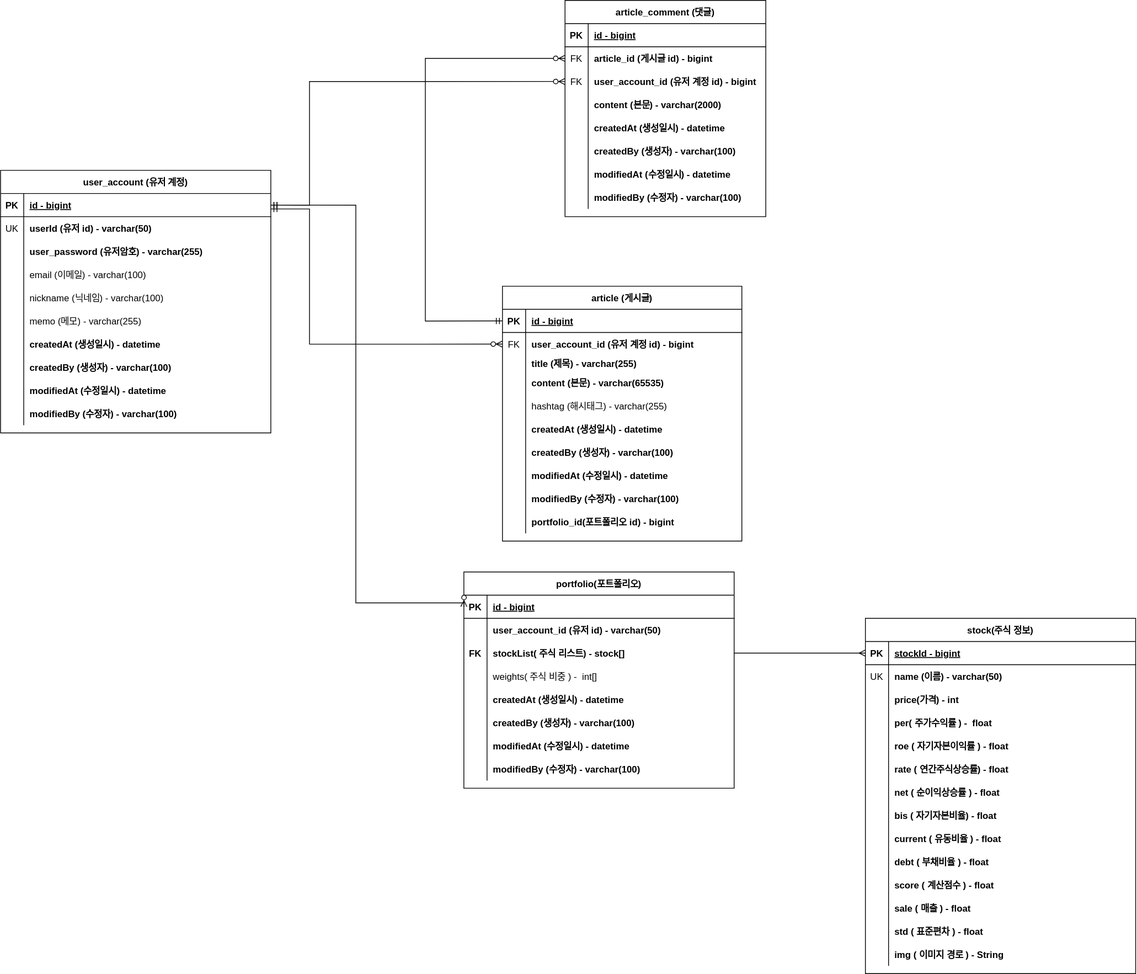
Above: document/jupoza-erd.svg in TeamJupoza/Jupoza (draw.io), before the change. Source tidied: cells renumbered, new cells last; positions are measured from the earlier drawing's top-left corner, leaving out a move shared by most shapes.
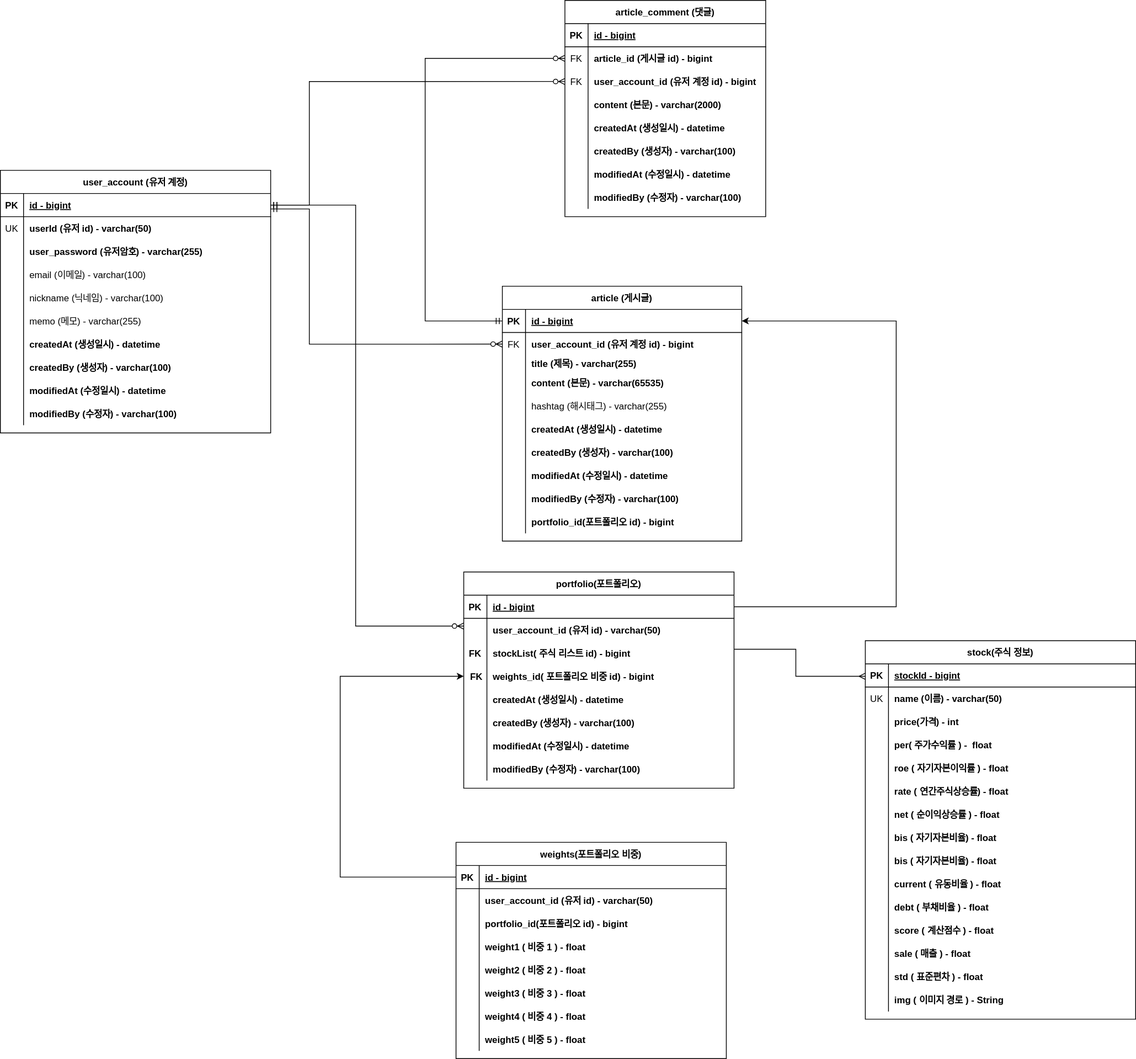
Above is the later version.

The edit, as a diff of the source:
```diff
@@ -307,18 +307,18 @@
     <mxCell id="99" value="FK" style="shape=partialRectangle;fillColor=none;top=0;left=0;bottom=0;right=0;overflow=hidden;fontStyle=1;" parent="98" vertex="1">
       <mxGeometry width="30" height="30" as="geometry" />
     </mxCell>
-    <mxCell id="100" value="stockList( 주식 리스트) - stock[]" style="shape=partialRectangle;fillColor=none;top=0;left=0;bottom=0;right=0;align=left;spacingLeft=6;overflow=hidden;fontStyle=1;" parent="98" vertex="1">
+    <mxCell id="100" value="stockList( 주식 리스트 id) - bigint" style="shape=partialRectangle;fillColor=none;top=0;left=0;bottom=0;right=0;align=left;spacingLeft=6;overflow=hidden;fontStyle=1;" parent="98" vertex="1">
       <mxGeometry x="30" width="320" height="30" as="geometry" />
     </mxCell>
-    <mxCell id="101" style="shape=tableRow;horizontal=0;startSize=0;swimlaneHead=0;swimlaneBody=0;fillColor=none;top=0;left=0;right=0;bottom=0;fontStyle=1;" parent="91" vertex="1">
-      <mxGeometry y="120" width="350" height="30" as="geometry" />
-    </mxCell>
-    <mxCell id="102" style="shape=partialRectangle;fillColor=none;top=0;left=0;bottom=0;right=0;overflow=hidden;" parent="101" vertex="1">
-      <mxGeometry width="30" height="30" as="geometry" />
-    </mxCell>
-    <mxCell id="103" value="weights( 주식 비중 ) -  int[] " style="shape=partialRectangle;fillColor=none;top=0;left=0;bottom=0;right=0;align=left;spacingLeft=6;overflow=hidden;" parent="101" vertex="1">
-      <mxGeometry x="30" width="320" height="30" as="geometry" />
-    </mxCell>
+    <mxCell id="162" style="shape=tableRow;horizontal=0;startSize=0;swimlaneHead=0;swimlaneBody=0;fillColor=none;points=[[0,0.5],[1,0.5]];portConstraint=eastwest;top=0;left=0;right=0;bottom=0;" parent="91" vertex="1">
+      <mxGeometry y="120" width="350" height="30" as="geometry" />
+    </mxCell>
+    <mxCell id="163" value="  FK " style="shape=partialRectangle;fillColor=none;top=0;left=0;bottom=0;right=0;overflow=hidden;fontStyle=1;" parent="162" vertex="1">
+      <mxGeometry width="30" height="30" as="geometry" />
+    </mxCell>
+    <mxCell id="164" value="weights_id( 포트폴리오 비중 id) - bigint" style="shape=partialRectangle;fillColor=none;top=0;left=0;bottom=0;right=0;align=left;spacingLeft=6;overflow=hidden;fontStyle=1;" parent="162" vertex="1">
+      <mxGeometry x="30" width="320" height="30" as="geometry" />
+    </mxCell>
     <mxCell id="104" style="shape=tableRow;horizontal=0;startSize=0;swimlaneHead=0;swimlaneBody=0;fillColor=none;top=0;left=0;right=0;bottom=0;" parent="91" vertex="1">
       <mxGeometry y="150" width="350" height="30" as="geometry" />
     </mxCell>
@@ -363,17 +363,18 @@
         </Array>
       </mxGeometry>
     </mxCell>
-    <mxCell id="117" style="edgeStyle=orthogonalEdgeStyle;fontSize=12;html=1;endArrow=ERzeroToMany;startArrow=ERmandOne;rounded=0;elbow=vertical;entryX=0;entryY=0.5;entryDx=0;entryDy=0;exitX=1;exitY=0.5;exitDx=0;exitDy=0;" parent="1" edge="1" source="59" target="92">
+    <mxCell id="117" style="edgeStyle=orthogonalEdgeStyle;fontSize=12;html=1;endArrow=ERzeroToMany;startArrow=ERmandOne;rounded=0;elbow=vertical;exitX=1;exitY=0.5;exitDx=0;exitDy=0;" parent="1" edge="1" source="59">
       <mxGeometry relative="1" as="geometry">
+        <mxPoint x="600" y="810" as="targetPoint" />
         <Array as="points">
           <mxPoint x="460" y="265" />
-          <mxPoint x="460" y="780" />
-          <mxPoint x="600" y="780" />
+          <mxPoint x="460" y="810" />
+          <mxPoint x="600" y="810" />
         </Array>
       </mxGeometry>
     </mxCell>
     <mxCell id="118" value="stock(주식 정보)" style="shape=table;startSize=30;rowLines=0;fontStyle=1;align=center;" parent="1" vertex="1">
-      <mxGeometry x="1120" y="800" width="350" height="460" as="geometry" />
+      <mxGeometry x="1120" y="829" width="350" height="490" as="geometry" />
     </mxCell>
     <mxCell id="119" style="shape=tableRow;horizontal=0;startSize=0;swimlaneHead=0;swimlaneBody=0;fillColor=none;points=[[0,0.5],[1,0.5]];portConstraint=eastwest;top=0;left=0;right=0;bottom=1;" parent="118" vertex="1">
       <mxGeometry y="30" width="350" height="30" as="geometry" />
@@ -438,8 +439,17 @@
     <mxCell id="139" value="net ( 순이익상승률 ) - float" style="shape=partialRectangle;fillColor=none;top=0;left=0;bottom=0;right=0;align=left;spacingLeft=6;overflow=hidden;fontStyle=1;" parent="137" vertex="1">
       <mxGeometry x="30" width="320" height="30" as="geometry" />
     </mxCell>
+    <mxCell id="165" style="shape=tableRow;horizontal=0;startSize=0;swimlaneHead=0;swimlaneBody=0;fillColor=none;top=0;left=0;right=0;bottom=0;" parent="118" vertex="1">
+      <mxGeometry y="240" width="350" height="30" as="geometry" />
+    </mxCell>
+    <mxCell id="166" style="shape=partialRectangle;fillColor=none;top=0;left=0;bottom=0;right=0;overflow=hidden;" parent="165" vertex="1">
+      <mxGeometry width="30" height="30" as="geometry" />
+    </mxCell>
+    <mxCell id="167" value="bis ( 자기자본비율) - float" style="shape=partialRectangle;fillColor=none;top=0;left=0;bottom=0;right=0;align=left;spacingLeft=6;overflow=hidden;fontStyle=1;" parent="165" vertex="1">
+      <mxGeometry x="30" width="320" height="30" as="geometry" />
+    </mxCell>
     <mxCell id="140" style="shape=tableRow;horizontal=0;startSize=0;swimlaneHead=0;swimlaneBody=0;fillColor=none;top=0;left=0;right=0;bottom=0;" parent="118" vertex="1">
-      <mxGeometry y="240" width="350" height="30" as="geometry" />
+      <mxGeometry y="270" width="350" height="30" as="geometry" />
     </mxCell>
     <mxCell id="141" style="shape=partialRectangle;fillColor=none;top=0;left=0;bottom=0;right=0;overflow=hidden;" parent="140" vertex="1">
       <mxGeometry width="30" height="30" as="geometry" />
@@ -448,7 +458,7 @@
       <mxGeometry x="30" width="320" height="30" as="geometry" />
     </mxCell>
     <mxCell id="143" style="shape=tableRow;horizontal=0;startSize=0;swimlaneHead=0;swimlaneBody=0;fillColor=none;top=0;left=0;right=0;bottom=0;" parent="118" vertex="1">
-      <mxGeometry y="270" width="350" height="30" as="geometry" />
+      <mxGeometry y="300" width="350" height="30" as="geometry" />
     </mxCell>
     <mxCell id="144" style="shape=partialRectangle;fillColor=none;top=0;left=0;bottom=0;right=0;overflow=hidden;" parent="143" vertex="1">
       <mxGeometry width="30" height="30" as="geometry" />
@@ -457,7 +467,7 @@
       <mxGeometry x="30" width="320" height="30" as="geometry" />
     </mxCell>
     <mxCell id="146" style="shape=tableRow;horizontal=0;startSize=0;swimlaneHead=0;swimlaneBody=0;fillColor=none;top=0;left=0;right=0;bottom=0;" parent="118" vertex="1">
-      <mxGeometry y="300" width="350" height="30" as="geometry" />
+      <mxGeometry y="330" width="350" height="30" as="geometry" />
     </mxCell>
     <mxCell id="147" style="shape=partialRectangle;fillColor=none;top=0;left=0;bottom=0;right=0;overflow=hidden;" parent="146" vertex="1">
       <mxGeometry width="30" height="30" as="geometry" />
@@ -466,7 +476,7 @@
       <mxGeometry x="30" width="320" height="30" as="geometry" />
     </mxCell>
     <mxCell id="149" style="shape=tableRow;horizontal=0;startSize=0;swimlaneHead=0;swimlaneBody=0;fillColor=none;top=0;left=0;right=0;bottom=0;" parent="118" vertex="1">
-      <mxGeometry y="330" width="350" height="30" as="geometry" />
+      <mxGeometry y="360" width="350" height="30" as="geometry" />
     </mxCell>
     <mxCell id="150" value="    " style="shape=partialRectangle;fillColor=none;top=0;left=0;bottom=0;right=0;overflow=hidden;" parent="149" vertex="1">
       <mxGeometry width="30" height="30" as="geometry" />
@@ -475,7 +485,7 @@
       <mxGeometry x="30" width="320" height="30" as="geometry" />
     </mxCell>
     <mxCell id="152" style="shape=tableRow;horizontal=0;startSize=0;swimlaneHead=0;swimlaneBody=0;fillColor=none;top=0;left=0;right=0;bottom=0;" parent="118" vertex="1">
-      <mxGeometry y="360" width="350" height="30" as="geometry" />
+      <mxGeometry y="390" width="350" height="30" as="geometry" />
     </mxCell>
     <mxCell id="153" value="    " style="shape=partialRectangle;fillColor=none;top=0;left=0;bottom=0;right=0;overflow=hidden;" parent="152" vertex="1">
       <mxGeometry width="30" height="30" as="geometry" />
@@ -484,7 +494,7 @@
       <mxGeometry x="30" width="320" height="30" as="geometry" />
     </mxCell>
     <mxCell id="155" style="shape=tableRow;horizontal=0;startSize=0;swimlaneHead=0;swimlaneBody=0;fillColor=none;top=0;left=0;right=0;bottom=0;" parent="118" vertex="1">
-      <mxGeometry y="390" width="350" height="30" as="geometry" />
+      <mxGeometry y="420" width="350" height="30" as="geometry" />
     </mxCell>
     <mxCell id="156" value="&#10;  " style="shape=partialRectangle;fillColor=none;top=0;left=0;bottom=0;right=0;overflow=hidden;" parent="155" vertex="1">
       <mxGeometry width="30" height="30" as="geometry" />
@@ -493,7 +503,7 @@
       <mxGeometry x="30" width="320" height="30" as="geometry" />
     </mxCell>
     <mxCell id="158" style="shape=tableRow;horizontal=0;startSize=0;swimlaneHead=0;swimlaneBody=0;fillColor=none;top=0;left=0;right=0;bottom=0;" parent="118" vertex="1">
-      <mxGeometry y="420" width="350" height="30" as="geometry" />
+      <mxGeometry y="450" width="350" height="30" as="geometry" />
     </mxCell>
     <mxCell id="159" value="&#10;  " style="shape=partialRectangle;fillColor=none;top=0;left=0;bottom=0;right=0;overflow=hidden;" parent="158" vertex="1">
       <mxGeometry width="30" height="30" as="geometry" />
@@ -501,8 +511,106 @@
     <mxCell id="160" value="img ( 이미지 경로 ) - String" style="shape=partialRectangle;fillColor=none;top=0;left=0;bottom=0;right=0;align=left;spacingLeft=6;overflow=hidden;fontStyle=1;" parent="158" vertex="1">
       <mxGeometry x="30" width="320" height="30" as="geometry" />
     </mxCell>
-    <mxCell id="161" style="edgeStyle=orthogonalEdgeStyle;rounded=0;jettySize=auto;html=1;entryX=1;entryY=0.5;entryDx=0;entryDy=0;strokeColor=default;startArrow=ERmany;startFill=0;endArrow=none;endFill=0;" parent="1" edge="1" source="119" target="98">
-      <mxGeometry relative="1" as="geometry" />
+    <mxCell id="161" style="edgeStyle=orthogonalEdgeStyle;rounded=0;jettySize=auto;html=1;strokeColor=default;startArrow=ERmany;startFill=0;endArrow=none;endFill=0;" parent="1" edge="1" source="119">
+      <mxGeometry relative="1" as="geometry">
+        <mxPoint x="950" y="840" as="targetPoint" />
+        <Array as="points">
+          <mxPoint x="1030" y="875" />
+          <mxPoint x="1030" y="840" />
+        </Array>
+      </mxGeometry>
     </mxCell>
+    <mxCell id="168" style="endArrow=classic;html=1;rounded=0;strokeColor=default;exitX=1;exitY=0.5;exitDx=0;exitDy=0;entryX=1;entryY=0.5;entryDx=0;entryDy=0;endFill=1;" parent="1" edge="1" source="92" target="3">
+      <mxGeometry relative="1" as="geometry">
+        <Array as="points">
+          <mxPoint x="1160" y="785" />
+          <mxPoint x="1160" y="600" />
+          <mxPoint x="1160" y="415" />
+        </Array>
+      </mxGeometry>
+    </mxCell>
+    <mxCell id="169" value="weights(포트폴리오 비중)" style="shape=table;startSize=30;rowLines=0;fontStyle=1;align=center;" parent="1" vertex="1">
+      <mxGeometry x="590" y="1090" width="350" height="280" as="geometry" />
+    </mxCell>
+    <mxCell id="170" style="shape=tableRow;horizontal=0;startSize=0;swimlaneHead=0;swimlaneBody=0;fillColor=none;points=[[0,0.5],[1,0.5]];portConstraint=eastwest;top=0;left=0;right=0;bottom=1;" parent="169" vertex="1">
+      <mxGeometry y="30" width="350" height="30" as="geometry" />
+    </mxCell>
+    <mxCell id="171" value="PK" style="shape=partialRectangle;fillColor=none;top=0;left=0;bottom=0;right=0;fontStyle=1;overflow=hidden;" parent="170" vertex="1">
+      <mxGeometry width="30" height="30" as="geometry" />
+    </mxCell>
+    <mxCell id="172" value="id - bigint" style="shape=partialRectangle;fillColor=none;top=0;left=0;bottom=0;right=0;align=left;spacingLeft=6;fontStyle=5;overflow=hidden;" parent="170" vertex="1">
+      <mxGeometry x="30" width="320" height="30" as="geometry" />
+    </mxCell>
+    <mxCell id="173" style="shape=tableRow;horizontal=0;startSize=0;swimlaneHead=0;swimlaneBody=0;fillColor=none;top=0;left=0;right=0;bottom=0;" parent="169" vertex="1">
+      <mxGeometry y="60" width="350" height="30" as="geometry" />
+    </mxCell>
+    <mxCell id="174" style="shape=partialRectangle;fillColor=none;top=0;left=0;bottom=0;right=0;overflow=hidden;" parent="173" vertex="1">
+      <mxGeometry width="30" height="30" as="geometry" />
+    </mxCell>
+    <mxCell id="175" value="user_account_id (유저 id) - varchar(50)" style="shape=partialRectangle;fillColor=none;top=0;left=0;bottom=0;right=0;align=left;spacingLeft=6;overflow=hidden;fontStyle=1;" parent="173" vertex="1">
+      <mxGeometry x="30" width="320" height="30" as="geometry" />
+    </mxCell>
+    <mxCell id="176" style="shape=tableRow;horizontal=0;startSize=0;swimlaneHead=0;swimlaneBody=0;fillColor=none;top=0;left=0;right=0;bottom=0;" parent="169" vertex="1">
+      <mxGeometry y="90" width="350" height="30" as="geometry" />
+    </mxCell>
+    <mxCell id="177" style="shape=partialRectangle;fillColor=none;top=0;left=0;bottom=0;right=0;overflow=hidden;" parent="176" vertex="1">
+      <mxGeometry width="30" height="30" as="geometry" />
+    </mxCell>
+    <mxCell id="178" value="portfolio_id(포트폴리오 id) - bigint" style="shape=partialRectangle;fillColor=none;top=0;left=0;bottom=0;right=0;align=left;spacingLeft=6;overflow=hidden;fontStyle=1;" parent="176" vertex="1">
+      <mxGeometry x="30" width="320" height="30" as="geometry" />
+    </mxCell>
+    <mxCell id="179" style="shape=tableRow;horizontal=0;startSize=0;swimlaneHead=0;swimlaneBody=0;fillColor=none;top=0;left=0;right=0;bottom=0;" parent="169" vertex="1">
+      <mxGeometry y="120" width="350" height="30" as="geometry" />
+    </mxCell>
+    <mxCell id="180" style="shape=partialRectangle;fillColor=none;top=0;left=0;bottom=0;right=0;overflow=hidden;fontStyle=1;" parent="179" vertex="1">
+      <mxGeometry width="30" height="30" as="geometry" />
+    </mxCell>
+    <mxCell id="181" value="weight1 ( 비중 1 ) - float" style="shape=partialRectangle;fillColor=none;top=0;left=0;bottom=0;right=0;align=left;spacingLeft=6;overflow=hidden;fontStyle=1;" parent="179" vertex="1">
+      <mxGeometry x="30" width="320" height="30" as="geometry" />
+    </mxCell>
+    <mxCell id="182" style="shape=tableRow;horizontal=0;startSize=0;swimlaneHead=0;swimlaneBody=0;fillColor=none;top=0;left=0;right=0;bottom=0;" parent="169" vertex="1">
+      <mxGeometry y="150" width="350" height="30" as="geometry" />
+    </mxCell>
+    <mxCell id="183" style="shape=partialRectangle;fillColor=none;top=0;left=0;bottom=0;right=0;overflow=hidden;" parent="182" vertex="1">
+      <mxGeometry width="30" height="30" as="geometry" />
+    </mxCell>
+    <mxCell id="184" value="weight2 ( 비중 2 ) - float" style="shape=partialRectangle;fillColor=none;top=0;left=0;bottom=0;right=0;align=left;spacingLeft=6;overflow=hidden;fontStyle=1;" parent="182" vertex="1">
+      <mxGeometry x="30" width="320" height="30" as="geometry" />
+    </mxCell>
+    <mxCell id="185" style="shape=tableRow;horizontal=0;startSize=0;swimlaneHead=0;swimlaneBody=0;fillColor=none;top=0;left=0;right=0;bottom=0;" parent="169" vertex="1">
+      <mxGeometry y="180" width="350" height="30" as="geometry" />
+    </mxCell>
+    <mxCell id="186" style="shape=partialRectangle;fillColor=none;top=0;left=0;bottom=0;right=0;overflow=hidden;" parent="185" vertex="1">
+      <mxGeometry width="30" height="30" as="geometry" />
+    </mxCell>
+    <mxCell id="187" value="weight3 ( 비중 3 ) - float" style="shape=partialRectangle;fillColor=none;top=0;left=0;bottom=0;right=0;align=left;spacingLeft=6;overflow=hidden;fontStyle=1;" parent="185" vertex="1">
+      <mxGeometry x="30" width="320" height="30" as="geometry" />
+    </mxCell>
+    <mxCell id="188" style="shape=tableRow;horizontal=0;startSize=0;swimlaneHead=0;swimlaneBody=0;fillColor=none;top=0;left=0;right=0;bottom=0;" parent="169" vertex="1">
+      <mxGeometry y="210" width="350" height="30" as="geometry" />
+    </mxCell>
+    <mxCell id="189" style="shape=partialRectangle;fillColor=none;top=0;left=0;bottom=0;right=0;overflow=hidden;" parent="188" vertex="1">
+      <mxGeometry width="30" height="30" as="geometry" />
+    </mxCell>
+    <mxCell id="190" value="weight4 ( 비중 4 ) - float" style="shape=partialRectangle;fillColor=none;top=0;left=0;bottom=0;right=0;align=left;spacingLeft=6;overflow=hidden;fontStyle=1;" parent="188" vertex="1">
+      <mxGeometry x="30" width="320" height="30" as="geometry" />
+    </mxCell>
+    <mxCell id="191" style="shape=tableRow;horizontal=0;startSize=0;swimlaneHead=0;swimlaneBody=0;fillColor=none;top=0;left=0;right=0;bottom=0;" parent="169" vertex="1">
+      <mxGeometry y="240" width="350" height="30" as="geometry" />
+    </mxCell>
+    <mxCell id="192" style="shape=partialRectangle;fillColor=none;top=0;left=0;bottom=0;right=0;overflow=hidden;" parent="191" vertex="1">
+      <mxGeometry width="30" height="30" as="geometry" />
+    </mxCell>
+    <mxCell id="193" value="weight5 ( 비중 5 ) - float" style="shape=partialRectangle;fillColor=none;top=0;left=0;bottom=0;right=0;align=left;spacingLeft=6;overflow=hidden;fontStyle=1;" parent="191" vertex="1">
+      <mxGeometry x="30" width="320" height="30" as="geometry" />
+    </mxCell>
+    <mxCell id="194" style="endArrow=classic;startArrow=none;html=1;rounded=0;strokeColor=default;exitX=0;exitY=0.5;exitDx=0;exitDy=0;entryX=0;entryY=0.5;entryDx=0;entryDy=0;startFill=0;" parent="1" edge="1" source="170" target="162">
+      <mxGeometry relative="1" as="geometry">
+        <Array as="points">
+          <mxPoint x="440" y="1135" />
+          <mxPoint x="440" y="875" />
+        </Array>
+      </mxGeometry>
+    </mxCell>
   </root>
 </mxGraphModel>
```
